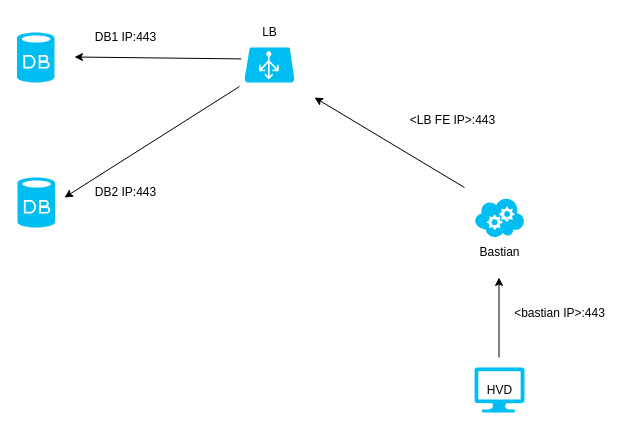
prashant92h/diagrams.net keeps this draw.io diagram as BICT.drawio. Above is the earlier version. Source tidied: cells renumbered, new cells numbered last; positions are measured from the earlier drawing's top-left corner, leaving out a move shared by most shapes. Both pictures are drawn from the tidied source at 100%, with x=0, y=0 at pixel (16, 17).
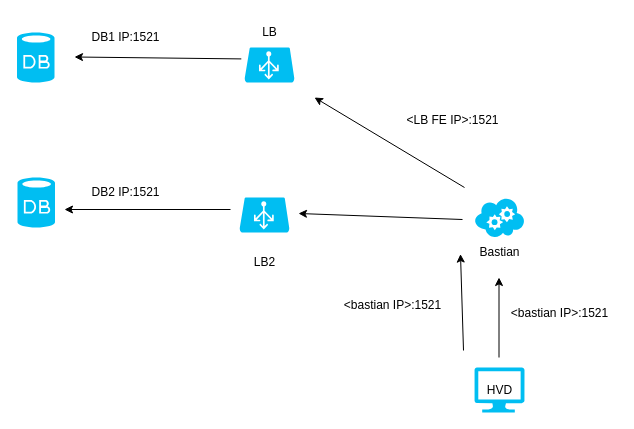
After the change.

The change refers to these unchanged cells:
```xml
<mxCell id="8" value="Bastian" style="text;html=1;align=center;verticalAlign=middle;points=[];strokeColor=none;fillColor=none;" parent="1" vertex="1">
  <mxGeometry x="453" y="220" width="60" height="30" as="geometry" />
</mxCell>
```

What changed in the source:
```diff
@@
     <mxCell id="13" style="endArrow=classic;html=1;rounded=0;" parent="1" edge="1">
       <mxGeometry relative="1" as="geometry">
-        <mxPoint x="223" y="69" as="sourcePoint" />
-        <mxPoint x="48" y="180" as="targetPoint" />
+        <mxPoint x="214" y="192" as="sourcePoint" />
+        <mxPoint x="48" y="192" as="targetPoint" />
       </mxGeometry>
     </mxCell>
-    <mxCell id="14" value="DB1 IP:443" style="text;html=1;align=center;verticalAlign=middle;strokeColor=none;fillColor=none;" parent="1" vertex="1">
-      <mxGeometry x="69" y="7" width="79" height="26" as="geometry" />
+    <mxCell id="14" value="DB1 IP:1521" style="text;html=1;align=center;verticalAlign=middle;strokeColor=none;fillColor=none;" parent="1" vertex="1">
+      <mxGeometry x="66" y="7" width="86" height="26" as="geometry" />
     </mxCell>
@@
-    <mxCell id="16" value="DB2 IP:443" style="text;html=1;align=center;verticalAlign=middle;strokeColor=none;fillColor=none;" parent="1" vertex="1">
-      <mxGeometry x="69" y="162" width="79" height="26" as="geometry" />
+    <mxCell id="16" value="DB2 IP:1521" style="text;html=1;align=center;verticalAlign=middle;strokeColor=none;fillColor=none;" parent="1" vertex="1">
+      <mxGeometry x="66" y="162" width="86" height="26" as="geometry" />
     </mxCell>
-    <mxCell id="17" value="&amp;lt;bastian IP&amp;gt;:443" style="text;html=1;align=center;verticalAlign=middle;strokeColor=none;fillColor=none;" parent="1" vertex="1">
-      <mxGeometry x="488" y="283" width="109" height="26" as="geometry" />
+    <mxCell id="17" value="&amp;lt;bastian IP&amp;gt;:1521" style="text;html=1;align=center;verticalAlign=middle;strokeColor=none;fillColor=none;" parent="1" vertex="1">
+      <mxGeometry x="485" y="283" width="115" height="26" as="geometry" />
     </mxCell>
-    <mxCell id="18" value="&amp;lt;LB FE IP&amp;gt;:443" style="text;html=1;align=center;verticalAlign=middle;strokeColor=none;fillColor=none;" parent="1" vertex="1">
-      <mxGeometry x="384" y="90" width="103" height="26" as="geometry" />
+    <mxCell id="18" value="&amp;lt;LB FE IP&amp;gt;:1521" style="text;html=1;align=center;verticalAlign=middle;strokeColor=none;fillColor=none;" parent="1" vertex="1">
+      <mxGeometry x="381" y="90" width="110" height="26" as="geometry" />
     </mxCell>
+    <mxCell id="19" style="verticalLabelPosition=bottom;html=1;verticalAlign=top;align=center;strokeColor=none;fillColor=#00BEF2;shape=mxgraph.azure.azure_load_balancer;" parent="1" vertex="1">
+      <mxGeometry x="223" y="180" width="50" height="35" as="geometry" />
+    </mxCell>
+    <mxCell id="20" value="LB2" style="text;html=1;align=center;verticalAlign=middle;strokeColor=none;fillColor=none;" parent="1" vertex="1">
+      <mxGeometry x="228" y="232" width="39" height="26" as="geometry" />
+    </mxCell>
+    <mxCell id="21" style="endArrow=classic;html=1;rounded=0;" parent="1" edge="1">
+      <mxGeometry relative="1" as="geometry">
+        <mxPoint x="446" y="202" as="sourcePoint" />
+        <mxPoint x="282" y="196" as="targetPoint" />
+      </mxGeometry>
+    </mxCell>
+    <mxCell id="22" style="endArrow=classic;html=1;rounded=0;entryX=-0.15;entryY=0.553;entryDx=0;entryDy=0;entryPerimeter=0;" parent="1" edge="1" target="8">
+      <mxGeometry relative="1" as="geometry">
+        <mxPoint x="447" y="333" as="sourcePoint" />
+      </mxGeometry>
+    </mxCell>
+    <mxCell id="23" value="&amp;lt;bastian IP&amp;gt;:1521" style="text;html=1;align=center;verticalAlign=middle;strokeColor=none;fillColor=none;" parent="1" vertex="1">
+      <mxGeometry x="318" y="275" width="115" height="26" as="geometry" />
+    </mxCell>
```
